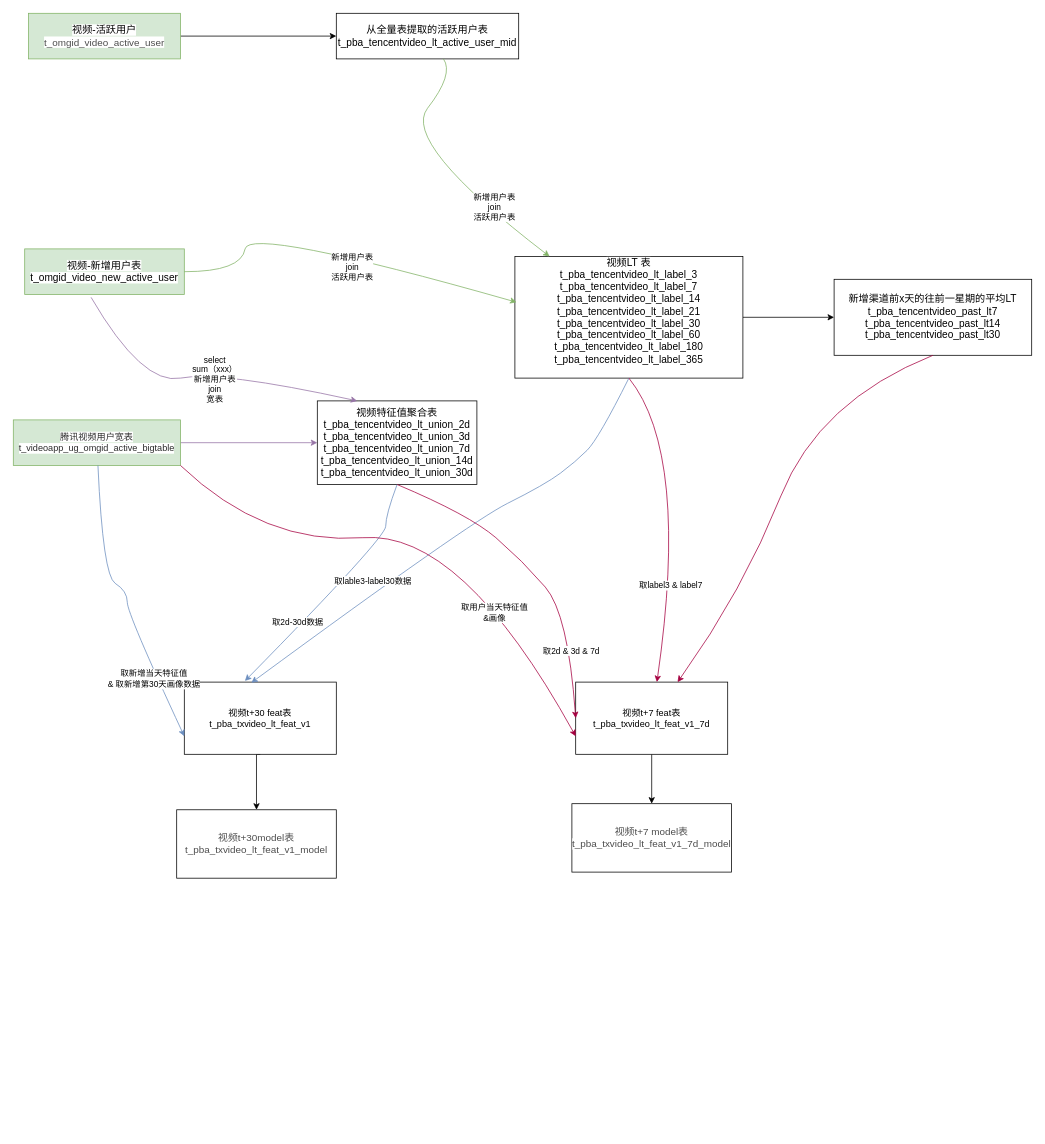
This is 视频LTV逻辑图.drawio from jiabingapt/awesome, a draw.io file, before an edit. Source tidied: cells renumbered, new cells numbered last; positions are measured from the earlier drawing's top-left corner, leaving out a move shared by most shapes. Both pictures are drawn from the tidied source at 76%, with x=0, y=0 at pixel (13, 13).
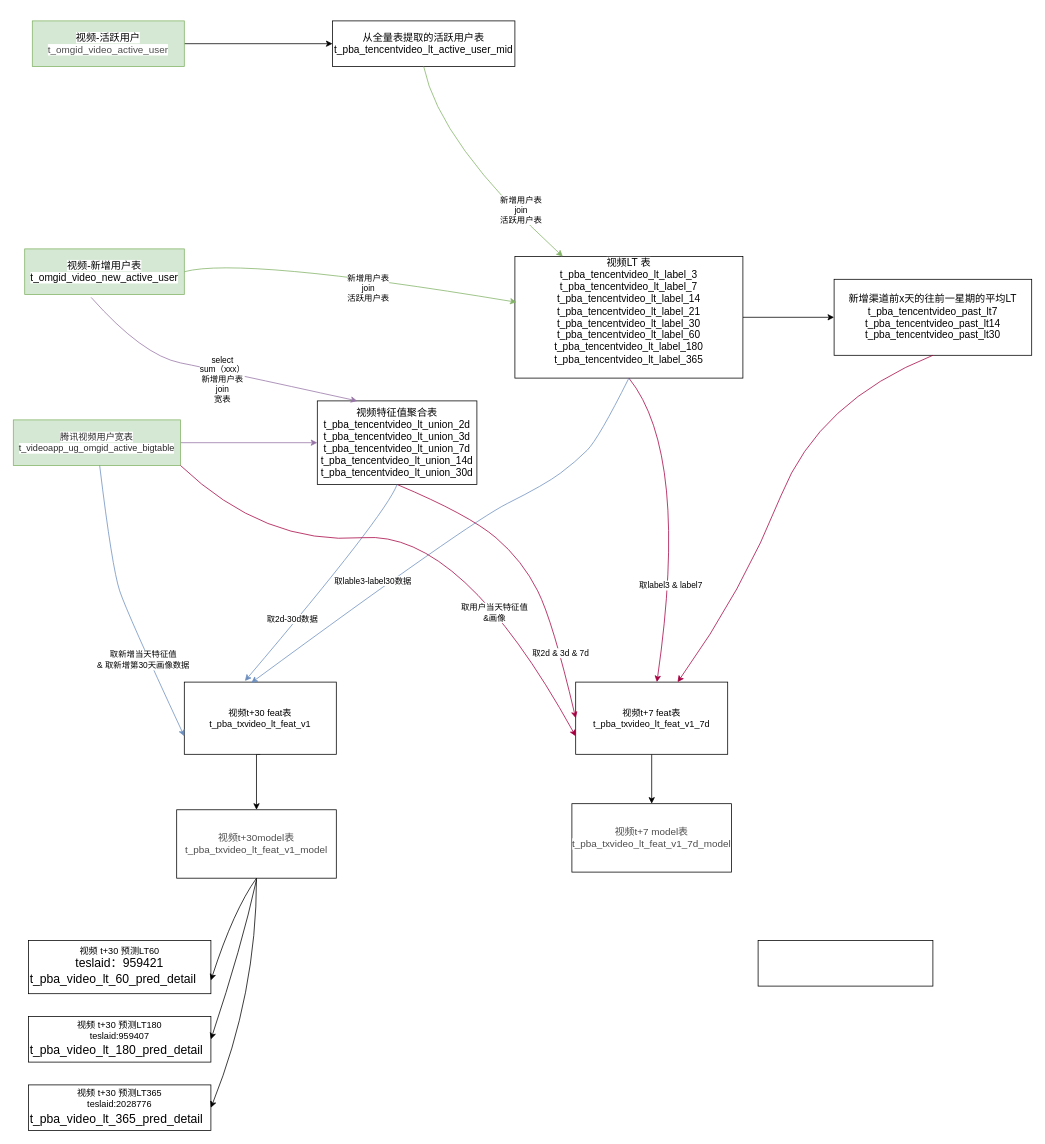
After the change.

Commit message:
Update 视频LTV逻辑图.drawio

Unchanged cells that the change refers to:
```xml
<mxCell id="5" value="&lt;span style=&quot;color: rgb(43 , 43 , 43) ; font-family: &amp;#34;pingfang sc&amp;#34; , &amp;#34;microsoft yahei&amp;#34; , , , sans-serif ; background-color: rgb(255 , 255 , 255)&quot;&gt;腾讯视频用户宽表&lt;br&gt;t_videoapp_ug_omgid_active_bigtable&lt;/span&gt;" style="rounded=0;whiteSpace=wrap;html=1;fillColor=#d5e8d4;strokeColor=#82b366;" parent="1" vertex="1">
  <mxGeometry y="535" width="220" height="60" as="geometry" />
</mxCell>
<mxCell id="6" value="&lt;span style=&quot;font-family: &amp;#34;microsoft yahei&amp;#34; , ; font-size: 13.3333px ; text-align: left ; background-color: rgb(255 , 255 , 255)&quot;&gt;视频-新增用户表&lt;/span&gt;&lt;span style=&quot;font-family: &amp;#34;microsoft yahei&amp;#34; , ; font-size: 13.3333px ; text-align: left ; background-color: rgb(255 , 255 , 255)&quot;&gt;&lt;br&gt;t_omgid_video_new_active_user&lt;/span&gt;" style="rounded=0;whiteSpace=wrap;html=1;fillColor=#d5e8d4;strokeColor=#82b366;" parent="1" vertex="1">
  <mxGeometry x="15" y="310" width="210" height="60" as="geometry" />
</mxCell>
<mxCell id="8" value="&lt;span style=&quot;font-family: &amp;#34;microsoft yahei&amp;#34; , ; font-size: 13.3333px ; text-align: left ; background-color: rgb(255 , 255 , 255)&quot;&gt;视频特征值聚合表&lt;br&gt;t_pba_tencentvideo_lt_union_2d&lt;br&gt;&lt;/span&gt;&lt;span style=&quot;font-family: &amp;#34;microsoft yahei&amp;#34; , ; font-size: 13.3333px ; text-align: left ; background-color: rgb(255 , 255 , 255)&quot;&gt;t_pba_tencentvideo_lt_union_3d&lt;br&gt;&lt;/span&gt;&lt;span style=&quot;font-family: &amp;#34;microsoft yahei&amp;#34; , ; font-size: 13.3333px ; text-align: left ; background-color: rgb(255 , 255 , 255)&quot;&gt;t_pba_tencentvideo_lt_union_7d&lt;br&gt;&lt;/span&gt;&lt;span style=&quot;font-family: &amp;#34;microsoft yahei&amp;#34; , ; font-size: 13.3333px ; text-align: left ; background-color: rgb(255 , 255 , 255)&quot;&gt;t_pba_tencentvideo_lt_union_14d&lt;br&gt;&lt;/span&gt;&lt;span style=&quot;font-family: &amp;#34;microsoft yahei&amp;#34; , ; font-size: 13.3333px ; text-align: left ; background-color: rgb(255 , 255 , 255)&quot;&gt;t_pba_tencentvideo_lt_union_30d&lt;/span&gt;&lt;span style=&quot;font-family: &amp;#34;microsoft yahei&amp;#34; , ; font-size: 13.3333px ; text-align: left ; background-color: rgb(255 , 255 , 255)&quot;&gt;&lt;br&gt;&lt;/span&gt;" style="rounded=0;whiteSpace=wrap;html=1;" parent="1" vertex="1">
  <mxGeometry x="400" y="510" width="210" height="110" as="geometry" />
</mxCell>
<mxCell id="10" value="&lt;span style=&quot;font-family: &amp;#34;microsoft yahei&amp;#34; , ; font-size: 13.3333px ; text-align: left ; background-color: rgb(255 , 255 , 255)&quot;&gt;视频LT 表&lt;br&gt;t_pba_tencentvideo_lt_label_3&lt;br&gt;&lt;/span&gt;&lt;span style=&quot;font-family: &amp;#34;microsoft yahei&amp;#34; , ; font-size: 13.3333px ; text-align: left ; background-color: rgb(255 , 255 , 255)&quot;&gt;t_pba_tencentvideo_lt_label_7&lt;br&gt;&lt;/span&gt;&lt;span style=&quot;font-family: &amp;#34;microsoft yahei&amp;#34; , ; font-size: 13.3333px ; text-align: left ; background-color: rgb(255 , 255 , 255)&quot;&gt;t_pba_tencentvideo_lt_label_14&lt;br&gt;&lt;/span&gt;&lt;span style=&quot;font-family: &amp;#34;microsoft yahei&amp;#34; , ; font-size: 13.3333px ; text-align: left ; background-color: rgb(255 , 255 , 255)&quot;&gt;t_pba_tencentvideo_lt_label_21&lt;br&gt;&lt;/span&gt;&lt;span style=&quot;font-family: &amp;#34;microsoft yahei&amp;#34; , ; font-size: 13.3333px ; text-align: left ; background-color: rgb(255 , 255 , 255)&quot;&gt;t_pba_tencentvideo_lt_label_30&lt;br&gt;&lt;/span&gt;&lt;span style=&quot;font-family: &amp;#34;microsoft yahei&amp;#34; , ; font-size: 13.3333px ; text-align: left ; background-color: rgb(255 , 255 , 255)&quot;&gt;t_pba_tencentvideo_lt_label_60&lt;br&gt;&lt;/span&gt;&lt;span style=&quot;font-family: &amp;#34;microsoft yahei&amp;#34; , ; font-size: 13.3333px ; text-align: left ; background-color: rgb(255 , 255 , 255)&quot;&gt;t_pba_tencentvideo_lt_label_180&lt;br&gt;&lt;/span&gt;&lt;span style=&quot;font-family: &amp;#34;microsoft yahei&amp;#34; , ; font-size: 13.3333px ; text-align: left ; background-color: rgb(255 , 255 , 255)&quot;&gt;t_pba_tencentvideo_lt_label_365&lt;br&gt;&lt;/span&gt;&lt;span style=&quot;font-family: &amp;#34;microsoft yahei&amp;#34; , ; font-size: 13.3333px ; text-align: left ; background-color: rgb(255 , 255 , 255)&quot;&gt;&lt;br&gt;&lt;/span&gt;" style="rounded=0;whiteSpace=wrap;html=1;" parent="1" vertex="1">
  <mxGeometry x="660" y="320" width="300" height="160" as="geometry" />
</mxCell>
<mxCell id="19" value="视频t+30 feat表&lt;br&gt;t_pba_txvideo_lt_feat_v1" style="rounded=0;whiteSpace=wrap;html=1;" parent="1" vertex="1">
  <mxGeometry x="225" y="880" width="200" height="95" as="geometry" />
</mxCell>
<mxCell id="26" value="&lt;span style=&quot;color: rgb(77 , 77 , 77) ; font-family: &amp;#34;helvetica neue for number&amp;#34; , , &amp;#34;blinkmacsystemfont&amp;#34; , &amp;#34;segoe ui&amp;#34; , &amp;#34;roboto&amp;#34; , &amp;#34;pingfang sc&amp;#34; , &amp;#34;hiragino sans gb&amp;#34; , &amp;#34;microsoft yahei&amp;#34; , &amp;#34;helvetica neue&amp;#34; , &amp;#34;helvetica&amp;#34; , &amp;#34;arial&amp;#34; , sans-serif ; font-size: 13px ; background-color: rgb(255 , 255 , 255)&quot;&gt;视频t+30model表&lt;br&gt;t_pba_txvideo_lt_feat_v1_model&lt;/span&gt;" style="rounded=0;whiteSpace=wrap;html=1;" parent="1" vertex="1">
  <mxGeometry x="215" y="1048" width="210" height="90" as="geometry" />
</mxCell>
<mxCell id="28" value="视频t+7 feat表&lt;br&gt;t_pba_txvideo_lt_feat_v1_7d" style="rounded=0;whiteSpace=wrap;html=1;" parent="1" vertex="1">
  <mxGeometry x="740" y="880" width="200" height="95" as="geometry" />
</mxCell>
```

Change to the diagram source:
```diff
@@
     <mxCell id="3" value="&lt;span style=&quot;font-family: &amp;#34;microsoft yahei&amp;#34; , ; font-size: 13.3333px ; text-align: left ; background-color: rgb(255 , 255 , 255)&quot;&gt;视频-活跃用户&lt;/span&gt;&lt;span style=&quot;color: rgb(77 , 77 , 77) ; font-family: &amp;#34;helvetica neue for number&amp;#34; , , &amp;#34;blinkmacsystemfont&amp;#34; , &amp;#34;segoe ui&amp;#34; , &amp;#34;roboto&amp;#34; , &amp;#34;pingfang sc&amp;#34; , &amp;#34;hiragino sans gb&amp;#34; , &amp;#34;microsoft yahei&amp;#34; , &amp;#34;helvetica neue&amp;#34; , &amp;#34;helvetica&amp;#34; , &amp;#34;arial&amp;#34; , sans-serif ; font-size: 13px ; background-color: rgb(255 , 255 , 255)&quot;&gt;&lt;br&gt;t_omgid_video_active_user&lt;/span&gt;" style="rounded=0;whiteSpace=wrap;html=1;fillColor=#d5e8d4;strokeColor=#82b366;" parent="1" vertex="1">
-      <mxGeometry x="20" width="200" height="60" as="geometry" />
+      <mxGeometry x="25" y="10" width="200" height="60" as="geometry" />
     </mxCell>
@@
     <mxCell id="7" value="&lt;span style=&quot;font-family: &amp;#34;microsoft yahei&amp;#34; , ; font-size: 13.3333px ; text-align: left ; background-color: rgb(255 , 255 , 255)&quot;&gt;从全量表提取的活跃用户表&lt;/span&gt;&lt;span style=&quot;font-family: &amp;#34;microsoft yahei&amp;#34; , ; font-size: 13.3333px ; text-align: left ; background-color: rgb(255 , 255 , 255)&quot;&gt;&lt;br&gt;t_pba_tencentvideo_lt_active_user_mid&lt;/span&gt;" style="rounded=0;whiteSpace=wrap;html=1;" parent="1" vertex="1">
-      <mxGeometry x="425" width="240" height="60" as="geometry" />
+      <mxGeometry x="420" y="10" width="240" height="60" as="geometry" />
     </mxCell>
@@
     <mxCell id="12" style="curved=1;endArrow=classic;html=1;exitX=1;exitY=0.5;exitDx=0;exitDy=0;entryX=0.007;entryY=0.376;entryDx=0;entryDy=0;entryPerimeter=0;fillColor=#d5e8d4;strokeColor=#82b366;" parent="1" edge="1" source="6" target="10">
       <mxGeometry relative="1" as="geometry">
         <Array as="points">
-          <mxPoint x="300" y="340" />
-          <mxPoint x="310" y="280" />
+          <mxPoint x="300" y="320" />
         </Array>
       </mxGeometry>
     </mxCell>
@@
-    <mxCell id="14" style="curved=1;endArrow=classic;html=1;fillColor=#d5e8d4;strokeColor=#82b366;" parent="1" edge="1" source="7" target="10">
+    <mxCell id="14" style="curved=1;endArrow=classic;html=1;fillColor=#d5e8d4;strokeColor=#82b366;exitX=0.5;exitY=1;exitDx=0;exitDy=0;" parent="1" edge="1" source="7" target="10">
       <mxGeometry relative="1" as="geometry">
         <Array as="points">
-          <mxPoint x="580" y="80" />
-          <mxPoint x="510" y="170" />
+          <mxPoint x="560" y="170" />
         </Array>
       </mxGeometry>
     </mxCell>
@@
     <mxCell id="16" style="curved=1;endArrow=classic;html=1;exitX=0.416;exitY=1.063;exitDx=0;exitDy=0;exitPerimeter=0;entryX=0.25;entryY=0;entryDx=0;entryDy=0;fillColor=#e1d5e7;strokeColor=#9673a6;" parent="1" edge="1" source="6" target="8">
       <mxGeometry relative="1" as="geometry">
         <Array as="points">
-          <mxPoint x="170" y="490" />
+          <mxPoint x="170" y="450" />
           <mxPoint x="270" y="470" />
         </Array>
       </mxGeometry>
     </mxCell>
@@
     <mxCell id="20" style="curved=1;endArrow=classic;html=1;entryX=0;entryY=0.75;entryDx=0;entryDy=0;fillColor=#dae8fc;strokeColor=#6c8ebf;" parent="1" edge="1" source="5" target="19">
       <mxGeometry relative="1" as="geometry">
         <Array as="points">
-          <mxPoint x="118" y="740" />
-          <mxPoint x="150" y="760" />
+          <mxPoint x="130" y="730" />
           <mxPoint x="150" y="790" />
         </Array>
       </mxGeometry>
     </mxCell>
     <mxCell id="21" value="取新增当天特征值&lt;br&gt;&amp;amp; 取新增第30天画像数据" style="edgeLabel;html=1;align=center;verticalAlign=middle;" parent="20" vertex="1">
-      <mxGeometry x="0.56" y="-5" relative="1" as="geometry" />
+      <mxGeometry x="0.56" y="-5" relative="1" as="geometry">
+        <mxPoint x="-15.2" y="-27.6" as="offset" />
+      </mxGeometry>
     </mxCell>
     <mxCell id="22" style="curved=1;endArrow=classic;html=1;exitX=0.5;exitY=1;exitDx=0;exitDy=0;entryX=0.399;entryY=-0.016;entryDx=0;entryDy=0;entryPerimeter=0;fillColor=#dae8fc;strokeColor=#6c8ebf;" parent="1" edge="1" source="8" target="19">
       <mxGeometry relative="1" as="geometry">
         <Array as="points">
           <mxPoint x="490" y="660" />
-          <mxPoint x="490" y="690" />
         </Array>
       </mxGeometry>
     </mxCell>
@@
     <mxCell id="31" style="curved=1;endArrow=classic;html=1;entryX=0;entryY=0.5;entryDx=0;entryDy=0;fillColor=#d80073;strokeColor=#A50040;" parent="1" edge="1" target="28">
       <mxGeometry relative="1" as="geometry">
         <mxPoint x="505" y="620" as="sourcePoint" />
         <Array as="points">
           <mxPoint x="600" y="660" />
           <mxPoint x="670" y="720" />
-          <mxPoint x="730" y="790" />
+          <mxPoint x="710" y="800" />
         </Array>
       </mxGeometry>
     </mxCell>
@@
+    <mxCell id="37" value="视频 t+30 预测LT60&lt;br&gt;&lt;span style=&quot;font-family: &amp;#34;microsoft yahei&amp;#34; ; font-size: 16px ; text-align: left&quot;&gt;teslaid：959421&lt;/span&gt;&lt;br&gt;&lt;table style=&quot;border-collapse: collapse&quot;&gt;&lt;colgroup&gt;&lt;col width=&quot;346&quot; style=&quot;width: 346px&quot;&gt;&lt;/colgroup&gt;&lt;tbody&gt;&lt;tr style=&quot;height: 24px&quot;&gt;&lt;td style=&quot;empty-cells: show ; line-height: normal ; vertical-align: middle ; outline-width: 0px ; overflow-wrap: break-word ; word-break: normal ; text-align: left ; font-family: &amp;#34;microsoft yahei&amp;#34; ; font-size: 12pt&quot;&gt;&lt;font style=&quot;font-size: 12pt&quot;&gt;t_pba_video_lt_60_pred_detail&lt;/font&gt;&lt;/td&gt;&lt;/tr&gt;&lt;/tbody&gt;&lt;/table&gt;" style="rounded=0;whiteSpace=wrap;html=1;" parent="1" vertex="1">
+      <mxGeometry x="20" y="1220" width="240" height="70" as="geometry" />
+    </mxCell>
+    <mxCell id="38" value="视频 t+30 预测LT180&lt;br&gt;teslaid:959407&lt;br&gt;&lt;table style=&quot;border-collapse: collapse&quot;&gt;&lt;colgroup&gt;&lt;col width=&quot;346&quot; style=&quot;width: 346px&quot;&gt;&lt;/colgroup&gt;&lt;tbody&gt;&lt;tr style=&quot;height: 24px&quot;&gt;&lt;td style=&quot;empty-cells: show ; line-height: normal ; vertical-align: middle ; outline-width: 0px ; overflow-wrap: break-word ; word-break: normal ; text-align: left ; font-family: &amp;#34;microsoft yahei&amp;#34; ; font-size: 12pt&quot;&gt;&lt;font style=&quot;font-size: 12pt&quot;&gt;t_pba_video_lt_180_pred_detail&lt;/font&gt;&lt;/td&gt;&lt;/tr&gt;&lt;/tbody&gt;&lt;/table&gt;" style="rounded=0;whiteSpace=wrap;html=1;" parent="1" vertex="1">
+      <mxGeometry x="20" y="1320" width="240" height="60" as="geometry" />
+    </mxCell>
+    <mxCell id="39" style="curved=1;endArrow=classic;html=1;exitX=0.5;exitY=1;exitDx=0;exitDy=0;entryX=1;entryY=0.75;entryDx=0;entryDy=0;" parent="1" edge="1" source="26" target="37">
+      <mxGeometry relative="1" as="geometry">
+        <Array as="points">
+          <mxPoint x="290" y="1180" />
+        </Array>
+      </mxGeometry>
+    </mxCell>
+    <mxCell id="40" style="curved=1;endArrow=classic;html=1;entryX=1;entryY=0.5;entryDx=0;entryDy=0;" parent="1" edge="1" target="38">
+      <mxGeometry relative="1" as="geometry">
+        <mxPoint x="320" y="1140" as="sourcePoint" />
+        <Array as="points">
+          <mxPoint x="300" y="1230" />
+        </Array>
+      </mxGeometry>
+    </mxCell>
+    <mxCell id="41" value="视频 t+30 预测LT365&lt;br&gt;teslaid:2028776&lt;br&gt;&lt;table style=&quot;border-collapse: collapse&quot;&gt;&lt;colgroup&gt;&lt;col width=&quot;346&quot; style=&quot;width: 346px&quot;&gt;&lt;/colgroup&gt;&lt;tbody&gt;&lt;tr style=&quot;height: 24px&quot;&gt;&lt;td style=&quot;empty-cells: show ; line-height: normal ; vertical-align: middle ; outline-width: 0px ; overflow-wrap: break-word ; word-break: normal ; text-align: left ; font-family: &amp;#34;microsoft yahei&amp;#34; ; font-size: 12pt&quot;&gt;&lt;font style=&quot;font-size: 12pt&quot;&gt;t_pba_video_lt_365_pred_detail&lt;/font&gt;&lt;/td&gt;&lt;/tr&gt;&lt;/tbody&gt;&lt;/table&gt;" style="rounded=0;whiteSpace=wrap;html=1;" parent="1" vertex="1">
+      <mxGeometry x="20" y="1410" width="240" height="60" as="geometry" />
+    </mxCell>
+    <mxCell id="42" style="curved=1;endArrow=classic;html=1;exitX=0.5;exitY=1;exitDx=0;exitDy=0;entryX=1;entryY=0.5;entryDx=0;entryDy=0;" parent="1" edge="1" source="26" target="41">
+      <mxGeometry relative="1" as="geometry">
+        <Array as="points">
+          <mxPoint x="320" y="1290" />
+        </Array>
+      </mxGeometry>
+    </mxCell>
+    <mxCell id="43" style="rounded=0;whiteSpace=wrap;html=1;" parent="1" vertex="1">
+      <mxGeometry x="980" y="1220" width="230" height="60" as="geometry" />
+    </mxCell>
```
